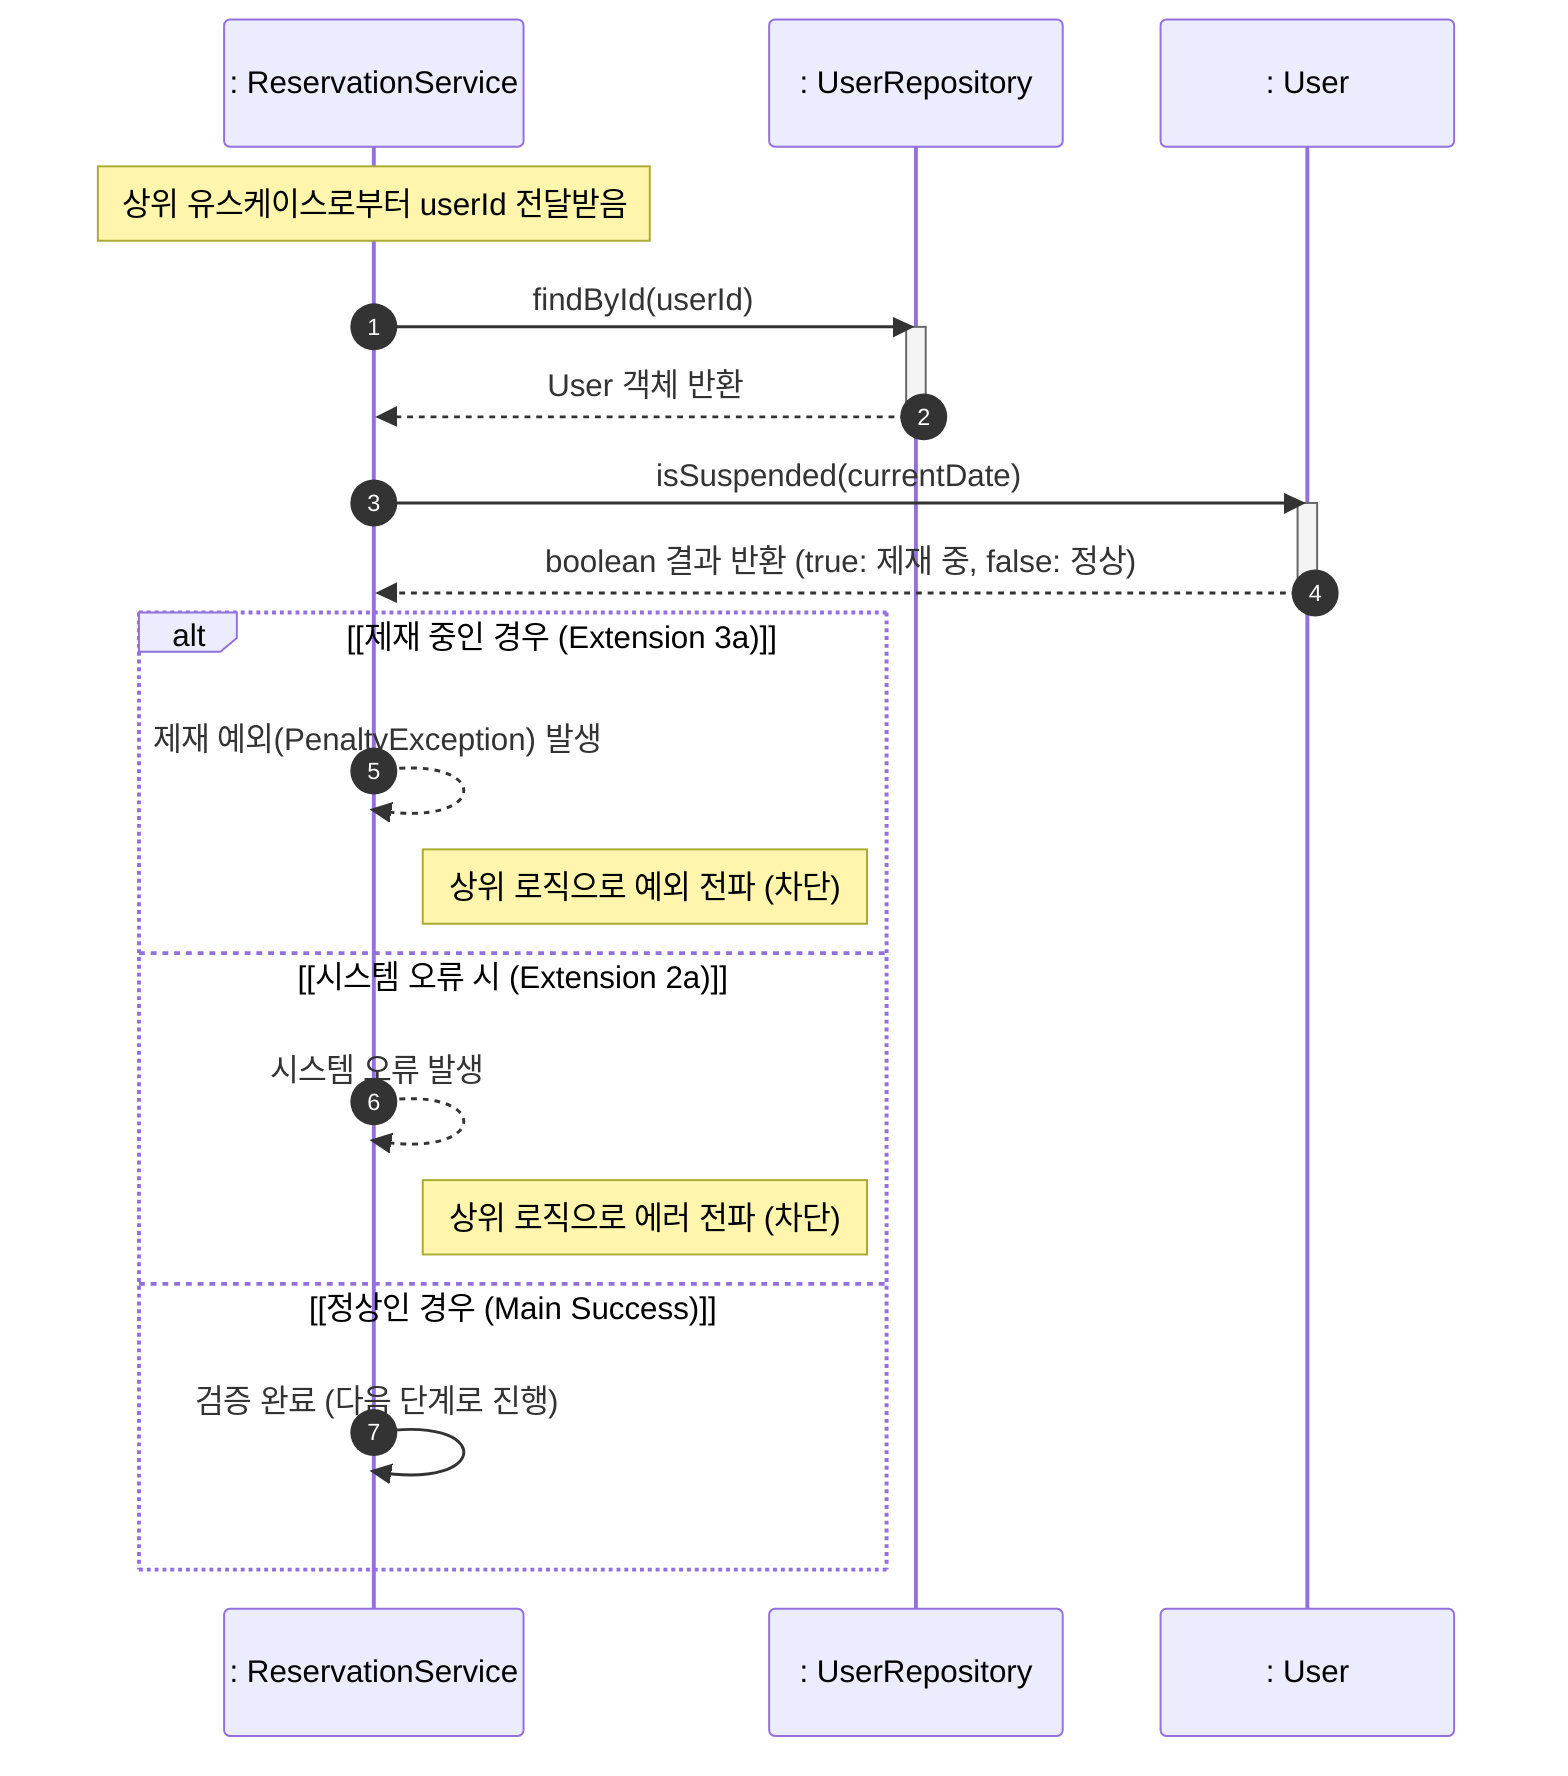
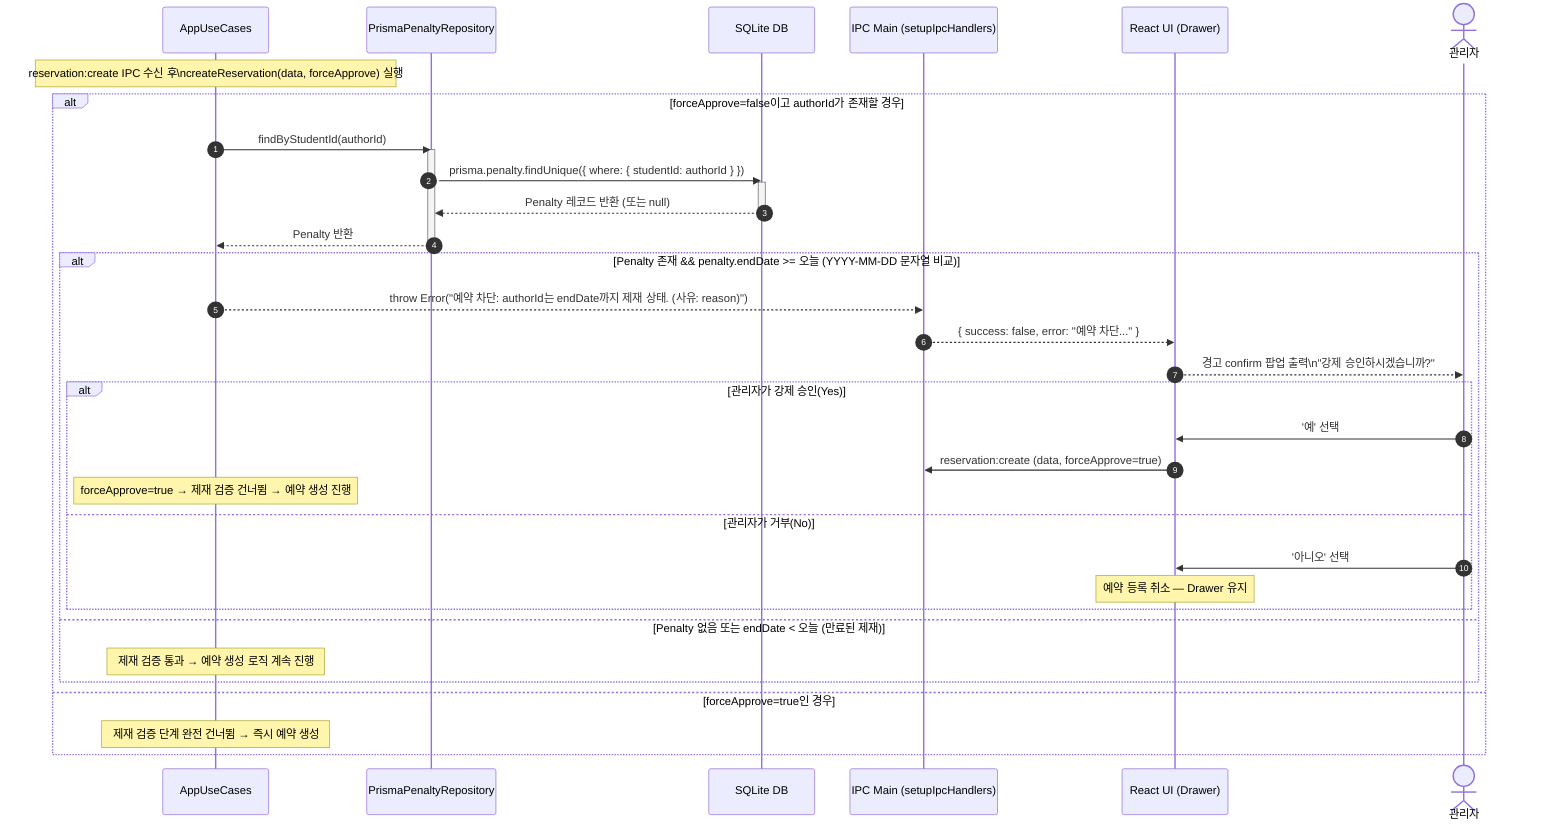
sequenceDiagram
    autonumber
-     participant Service as : ReservationService
-     participant UserRepo as : UserRepository
-     participant User as : User
+     participant UC as AppUseCases
+     participant PRepo as PrismaPenaltyRepository
+     participant DB as SQLite DB
+     participant IPC as IPC Main (setupIpcHandlers)
+     participant UI as React UI (Drawer)
+     actor Admin as 관리자

-     Note over Service: 상위 유스케이스로부터 userId 전달받음
+     Note over UC: reservation:create IPC 수신 후\ncreateReservation(data, forceApprove) 실행

-     Service->>UserRepo: findById(userId)
-     activate UserRepo
-     UserRepo-->>Service: User 객체 반환
-     deactivate UserRepo
+     alt forceApprove=false이고 authorId가 존재할 경우
+         UC->>PRepo: findByStudentId(authorId)
+         activate PRepo
+         PRepo->>DB: prisma.penalty.findUnique({ where: { studentId: authorId } })
+         activate DB
+         DB-->>PRepo: Penalty 레코드 반환 (또는 null)
+         deactivate DB
+         PRepo-->>UC: Penalty 반환
+         deactivate PRepo

-     %% 제재 여부 검증 (날짜 기반 로직)
-     Service->>User: isSuspended(currentDate)
-     activate User
-     User-->>Service: boolean 결과 반환 (true: 제재 중, false: 정상)
-     deactivate User
+         alt Penalty 존재 && penalty.endDate >= 오늘 (YYYY-MM-DD 문자열 비교)
+             UC-->>IPC: throw Error("예약 차단: authorId는 endDate까지 제재 상태. (사유: reason)")
+             IPC-->>UI: { success: false, error: "예약 차단..." }
+             UI-->>Admin: 경고 confirm 팝업 출력\n"강제 승인하시겠습니까?"

-     alt [제재 중인 경우 (Extension 3a)]
-         Service-->>Service: 제재 예외(PenaltyException) 발생
-         Note right of Service: 상위 로직으로 예외 전파 (차단)
- 
-     else [시스템 오류 시 (Extension 2a)]
-         Service-->>Service: 시스템 오류 발생
-         Note right of Service: 상위 로직으로 에러 전파 (차단)
- 
-     else [정상인 경우 (Main Success)]
-         Service->>Service: 검증 완료 (다음 단계로 진행)
-     end+             alt 관리자가 강제 승인(Yes)
+                 Admin->>UI: '예' 선택
+                 UI->>IPC: reservation:create (data, forceApprove=true)
+                 Note over UC: forceApprove=true → 제재 검증 건너뜀 → 예약 생성 진행
+             else 관리자가 거부(No)
+                 Admin->>UI: '아니오' 선택
+                 Note over UI: 예약 등록 취소 — Drawer 유지
+             end
+         else Penalty 없음 또는 endDate < 오늘 (만료된 제재)
+             Note over UC: 제재 검증 통과 → 예약 생성 로직 계속 진행
+         end
+     else forceApprove=true인 경우
+         Note over UC: 제재 검증 단계 완전 건너뜀 → 즉시 예약 생성
+     end
